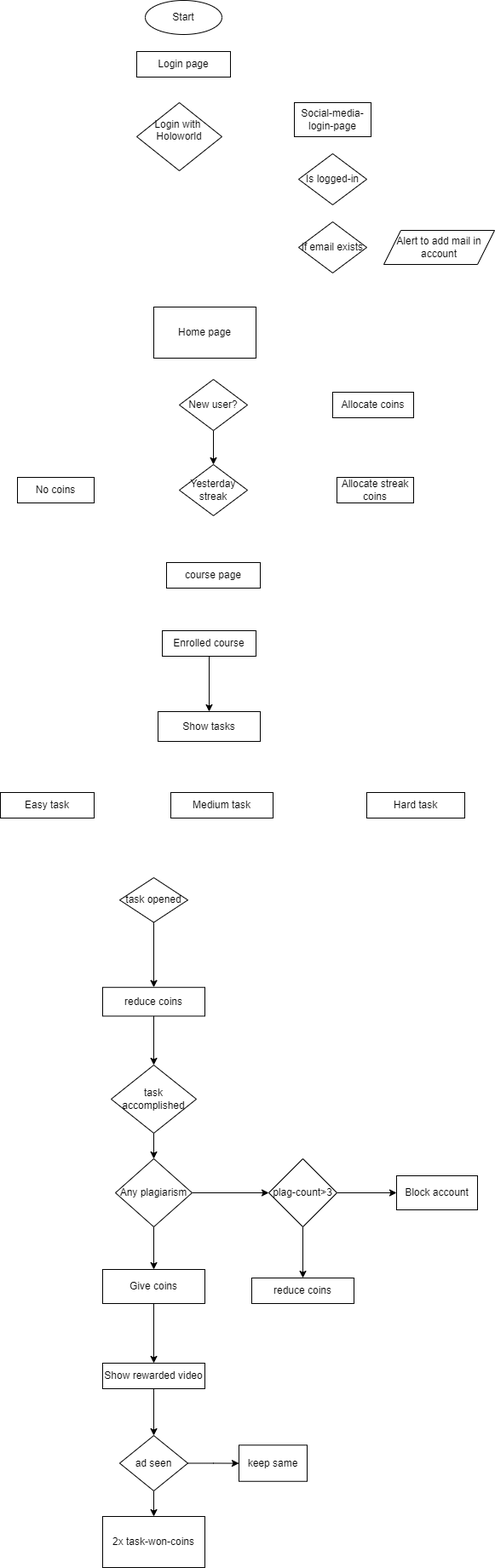
This is public/Coin-flow-chart.drawio.png from karthiksatish159/googleads, a draw.io export, as it was before one commit. Source tidied: cells renumbered, new cells last; positions are measured from the earlier drawing's top-left corner, leaving out a move shared by most shapes.
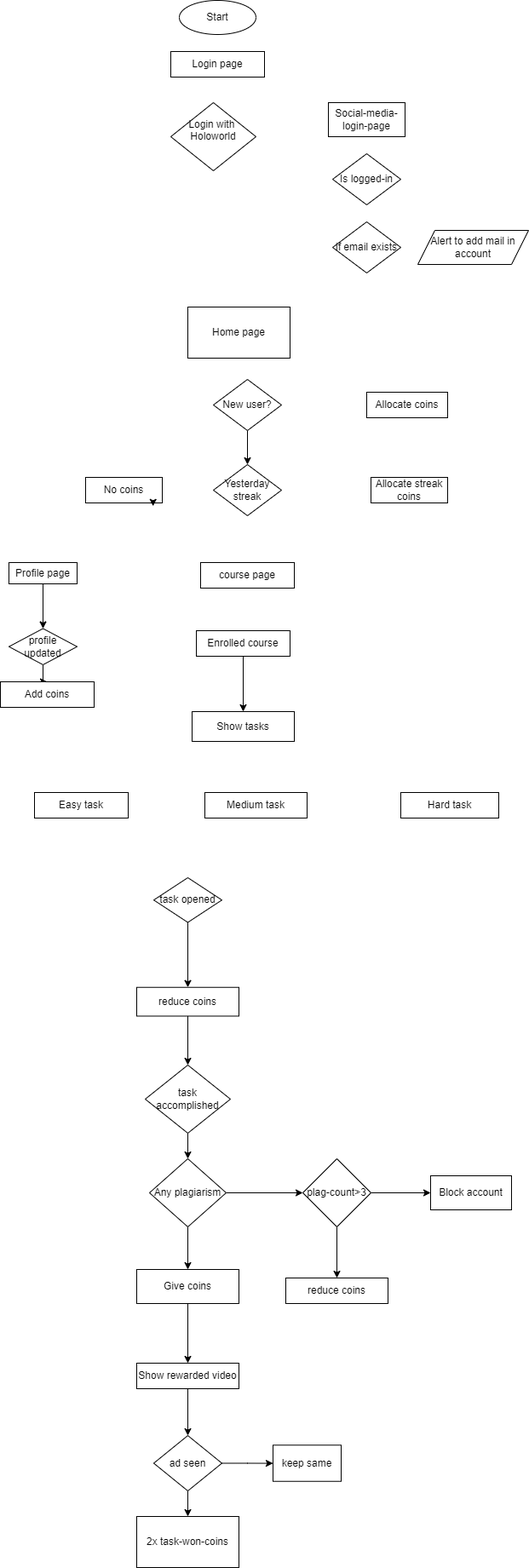
Later version of the same file.

The edit, as a diff of the source:
```diff
@@ -42,7 +42,7 @@
       <mxGeometry x="210" y="545" width="80" height="60" as="geometry" />
     </mxCell>
     <mxCell id="15" value="No coins&lt;br&gt;" style="rounded=0;whiteSpace=wrap;html=1;" parent="1" vertex="1">
-      <mxGeometry x="20" y="560" width="90" height="30" as="geometry" />
+      <mxGeometry x="60" y="560" width="90" height="30" as="geometry" />
     </mxCell>
     <mxCell id="16" value="course page" style="rounded=0;whiteSpace=wrap;html=1;" parent="1" vertex="1">
       <mxGeometry x="195" y="660" width="110" height="30" as="geometry" />
@@ -134,5 +134,23 @@
     <mxCell id="45" value="keep same" style="whiteSpace=wrap;html=1;rounded=0;" parent="1" vertex="1">
       <mxGeometry x="280" y="1696.2" width="80" height="42.5" as="geometry" />
     </mxCell>
+    <mxCell id="46" style="edgeStyle=orthogonalEdgeStyle;rounded=0;orthogonalLoop=1;jettySize=auto;html=1;exitX=0.5;exitY=1;exitDx=0;exitDy=0;entryX=0.88;entryY=1.127;entryDx=0;entryDy=0;entryPerimeter=0;" parent="1" edge="1" source="15" target="15">
+      <mxGeometry relative="1" as="geometry" />
+    </mxCell>
+    <mxCell id="47" style="edgeStyle=orthogonalEdgeStyle;rounded=0;jettySize=auto;html=1;" parent="1" edge="1" source="48" target="50">
+      <mxGeometry relative="1" as="geometry" />
+    </mxCell>
+    <mxCell id="48" value="Profile page" style="rounded=0;whiteSpace=wrap;html=1;" parent="1" vertex="1">
+      <mxGeometry x="-30" y="660" width="80" height="25" as="geometry" />
+    </mxCell>
+    <mxCell id="49" style="edgeStyle=orthogonalEdgeStyle;rounded=0;jettySize=auto;html=1;" parent="1" edge="1" source="50" target="51">
+      <mxGeometry relative="1" as="geometry" />
+    </mxCell>
+    <mxCell id="50" value="profile updated" style="rhombus;whiteSpace=wrap;html=1;rounded=0;" parent="1" vertex="1">
+      <mxGeometry x="-30" y="737.5" width="80" height="42.5" as="geometry" />
+    </mxCell>
+    <mxCell id="51" value="Add coins" style="whiteSpace=wrap;html=1;rounded=0;" parent="1" vertex="1">
+      <mxGeometry x="-40" y="800" width="110" height="30" as="geometry" />
+    </mxCell>
   </root>
 </mxGraphModel>
```
